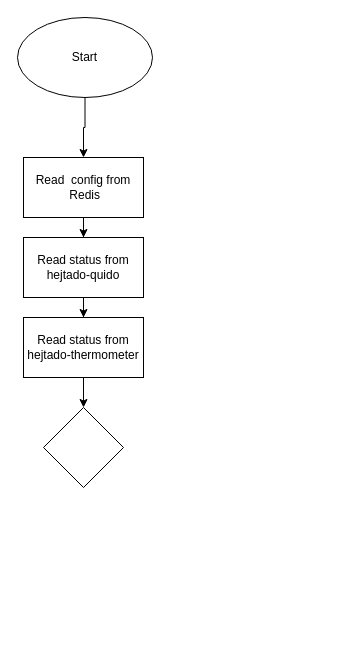
This is Hejtado-brain workflow.drawio from hejtado/design, a draw.io file, before an edit. Source tidied: cells renumbered, new cells numbered last; positions are measured from the earlier drawing's top-left corner, leaving out a move shared by most shapes. Both pictures are drawn from the tidied source at 100%, with x=0, y=0 at pixel (17, 17).
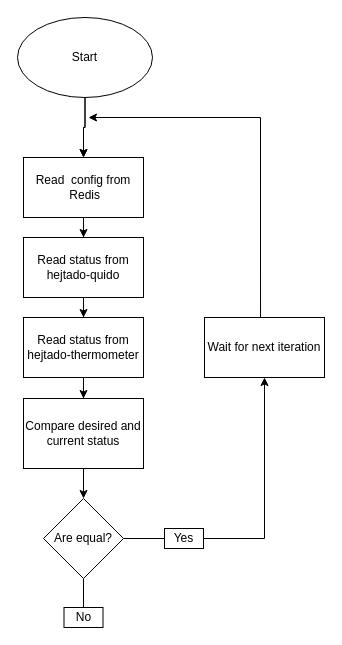
After the change.

Unchanged cells that the change refers to:
```xml
<mxCell id="3" value="Start" style="ellipse;whiteSpace=wrap;html=1;" parent="1" vertex="1">
  <mxGeometry width="135" height="80" as="geometry" />
</mxCell>
<mxCell id="5" value="Read &amp;nbsp;config from &amp;nbsp;Redis" style="rounded=0;whiteSpace=wrap;html=1;direction=east;" parent="1" vertex="1">
  <mxGeometry x="6" y="140" width="120" height="60" as="geometry" />
</mxCell>
<mxCell id="9" value="Read status from hejtado-thermometer" style="rounded=0;whiteSpace=wrap;html=1;direction=east;" parent="1" vertex="1">
  <mxGeometry x="6" y="300" width="120" height="60" as="geometry" />
</mxCell>
```

Change to the diagram source:
```diff
@@
+    <mxCell id="11" style="edgeStyle=orthogonalEdgeStyle;rounded=0;jettySize=auto;html=1;endArrow=classic;endFill=1;" parent="1" edge="1" source="3" target="5">
+      <mxGeometry relative="1" as="geometry" />
+    </mxCell>
@@
-    <mxCell id="8" style="edgeStyle=orthogonalEdgeStyle;rounded=0;jettySize=auto;html=1;entryX=0;entryY=0.5;entryDx=0;entryDy=0;" parent="1" edge="1" source="9" target="10">
-      <mxGeometry relative="1" as="geometry" />
-    </mxCell>
+    <mxCell id="12" style="edgeStyle=orthogonalEdgeStyle;rounded=0;jettySize=auto;html=1;" parent="1" edge="1" source="9" target="15">
+      <mxGeometry relative="1" as="geometry" />
+    </mxCell>
@@
+    <mxCell id="13" style="edgeStyle=orthogonalEdgeStyle;rounded=0;jettySize=auto;html=1;entryX=0.5;entryY=0;entryDx=0;entryDy=0;endArrow=none;endFill=0;" parent="1" edge="1" source="10" target="21">
+      <mxGeometry relative="1" as="geometry" />
+    </mxCell>
-    <mxCell id="10" style="rhombus;whiteSpace=wrap;html=1;direction=south;" parent="1" vertex="1">
-      <mxGeometry x="26" y="390" width="80" height="80" as="geometry" />
+    <mxCell id="10" value="Are equal?" style="rhombus;whiteSpace=wrap;html=1;direction=south;" parent="1" vertex="1">
+      <mxGeometry x="26" y="481" width="80" height="80" as="geometry" />
     </mxCell>
+    <mxCell id="14" style="edgeStyle=orthogonalEdgeStyle;rounded=0;jettySize=auto;html=1;entryX=0;entryY=0.5;entryDx=0;entryDy=0;" parent="1" edge="1" source="15" target="10">
+      <mxGeometry relative="1" as="geometry" />
+    </mxCell>
+    <mxCell id="15" value="Compare desired and current status" style="rounded=0;whiteSpace=wrap;html=1;" parent="1" vertex="1">
+      <mxGeometry x="6" y="381" width="120" height="70" as="geometry" />
+    </mxCell>
+    <mxCell id="16" style="edgeStyle=orthogonalEdgeStyle;rounded=0;jettySize=auto;html=1;entryX=0.5;entryY=0;entryDx=0;entryDy=0;endArrow=none;endFill=0;" parent="1" edge="1" source="18" target="10">
+      <mxGeometry relative="1" as="geometry" />
+    </mxCell>
+    <mxCell id="17" style="edgeStyle=orthogonalEdgeStyle;rounded=0;jettySize=auto;html=1;entryX=0.5;entryY=1;entryDx=0;entryDy=0;endArrow=classic;endFill=1;" parent="1" edge="1" source="18" target="20">
+      <mxGeometry relative="1" as="geometry" />
+    </mxCell>
+    <mxCell id="18" value="Yes" style="rounded=0;whiteSpace=wrap;html=1;" parent="1" vertex="1">
+      <mxGeometry x="147" y="511" width="39" height="20" as="geometry" />
+    </mxCell>
+    <mxCell id="19" style="edgeStyle=orthogonalEdgeStyle;rounded=0;jettySize=auto;html=1;endArrow=classic;endFill=1;exitX=0.467;exitY=0;exitDx=0;exitDy=0;exitPerimeter=0;" parent="1" edge="1" source="20">
+      <mxGeometry relative="1" as="geometry">
+        <mxPoint x="71" y="100" as="targetPoint" />
+        <Array as="points">
+          <mxPoint x="243" y="100" />
+        </Array>
+      </mxGeometry>
+    </mxCell>
+    <mxCell id="20" value="Wait for next iteration" style="rounded=0;whiteSpace=wrap;html=1;direction=east;" parent="1" vertex="1">
+      <mxGeometry x="187" y="300" width="120" height="60" as="geometry" />
+    </mxCell>
+    <mxCell id="21" value="No" style="rounded=0;whiteSpace=wrap;html=1;" parent="1" vertex="1">
+      <mxGeometry x="46.5" y="590" width="39" height="20" as="geometry" />
+    </mxCell>
```
